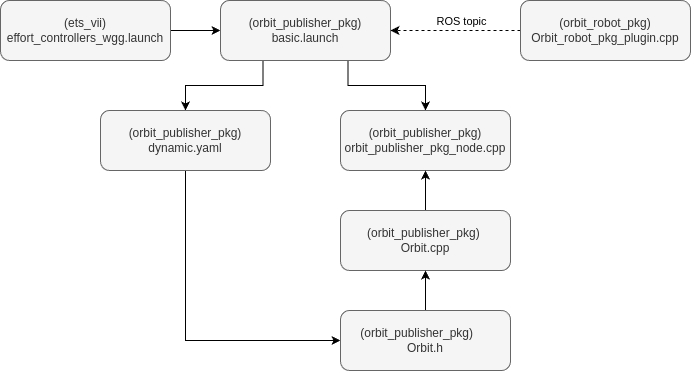
Before: docs/images/orbit_publisher.png, a diagram exported from draw.io (bibiannegh/ROS_gazebo_HURO_OnORbitROS). Source tidied: cells renumbered, new cells last; positions are measured from the earlier drawing's top-left corner, leaving out a move shared by most shapes.
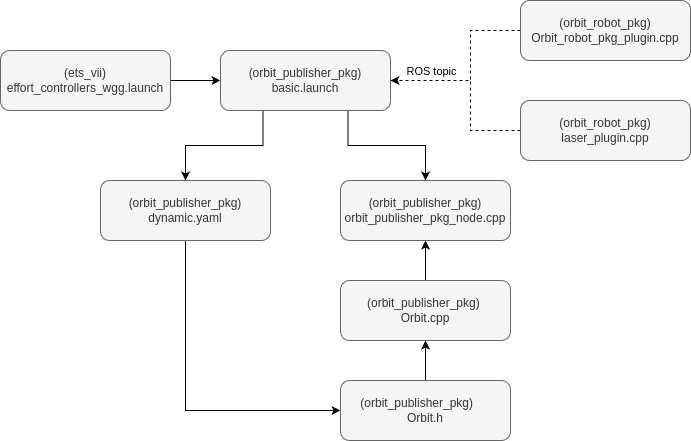
After the commit.

The edit, as a diff of the source:
```diff
@@ -6,7 +6,7 @@
       <mxGeometry relative="1" as="geometry" />
     </mxCell>
     <mxCell id="3" value="(ets_vii) effort_controllers_wgg.launch" style="rounded=1;whiteSpace=wrap;html=1;fillColor=#f5f5f5;strokeColor=#666666;fontColor=#333333;" parent="1" vertex="1">
-      <mxGeometry width="170" height="60" as="geometry" />
+      <mxGeometry y="-20" width="170" height="60" as="geometry" />
     </mxCell>
     <mxCell id="4" style="edgeStyle=orthogonalEdgeStyle;rounded=0;jettySize=auto;html=1;exitX=0.25;exitY=1;exitDx=0;exitDy=0;entryX=0.5;entryY=0;entryDx=0;entryDy=0;" parent="1" edge="1" source="6" target="8">
       <mxGeometry relative="1" as="geometry" />
@@ -15,7 +15,7 @@
       <mxGeometry relative="1" as="geometry" />
     </mxCell>
     <mxCell id="6" value="(orbit_publisher_pkg) basic.launch" style="rounded=1;whiteSpace=wrap;html=1;fillColor=#f5f5f5;fontColor=#333333;strokeColor=#666666;" parent="1" vertex="1">
-      <mxGeometry x="220" width="170" height="60" as="geometry" />
+      <mxGeometry x="220" y="-20" width="170" height="60" as="geometry" />
     </mxCell>
     <mxCell id="7" style="edgeStyle=orthogonalEdgeStyle;rounded=0;jettySize=auto;html=1;exitX=0.5;exitY=1;exitDx=0;exitDy=0;entryX=0;entryY=0.5;entryDx=0;entryDy=0;" parent="1" edge="1" source="8" target="13">
       <mxGeometry relative="1" as="geometry" />
@@ -39,15 +39,31 @@
       <mxGeometry x="340" y="310" width="170" height="60" as="geometry" />
     </mxCell>
     <mxCell id="14" style="edgeStyle=orthogonalEdgeStyle;rounded=0;jettySize=auto;html=1;exitX=0;exitY=0.5;exitDx=0;exitDy=0;entryX=1;entryY=0.5;entryDx=0;entryDy=0;dashed=1;" parent="1" edge="1" source="16" target="6">
-      <mxGeometry relative="1" as="geometry" />
+      <mxGeometry relative="1" as="geometry">
+        <Array as="points">
+          <mxPoint x="470" y="-40" />
+          <mxPoint x="470" y="10" />
+        </Array>
+      </mxGeometry>
     </mxCell>
     <mxCell id="15" value="ROS topic" style="edgeLabel;html=1;align=center;verticalAlign=middle;" parent="14" vertex="1">
       <mxGeometry x="0.15" relative="1" as="geometry">
-        <mxPoint x="15" y="-10" as="offset" />
+        <mxPoint x="-36" y="-10" as="offset" />
       </mxGeometry>
     </mxCell>
     <mxCell id="16" value="(orbit_robot_pkg) Orbit_robot_pkg_plugin.cpp" style="rounded=1;whiteSpace=wrap;html=1;fillColor=#f5f5f5;fontColor=#333333;strokeColor=#666666;" parent="1" vertex="1">
-      <mxGeometry x="520" width="170" height="60" as="geometry" />
+      <mxGeometry x="520" y="-70" width="170" height="60" as="geometry" />
     </mxCell>
+    <mxCell id="17" style="edgeStyle=orthogonalEdgeStyle;rounded=0;jettySize=auto;html=1;exitX=0;exitY=0.5;exitDx=0;exitDy=0;entryX=1;entryY=0.5;entryDx=0;entryDy=0;dashed=1;" parent="1" edge="1" source="18" target="6">
+      <mxGeometry relative="1" as="geometry">
+        <Array as="points">
+          <mxPoint x="470" y="60" />
+          <mxPoint x="470" y="10" />
+        </Array>
+      </mxGeometry>
+    </mxCell>
+    <mxCell id="18" value="(orbit_robot_pkg) laser_plugin.cpp" style="rounded=1;whiteSpace=wrap;html=1;fillColor=#f5f5f5;fontColor=#333333;strokeColor=#666666;" parent="1" vertex="1">
+      <mxGeometry x="520" y="30" width="170" height="60" as="geometry" />
+    </mxCell>
   </root>
 </mxGraphModel>
```
